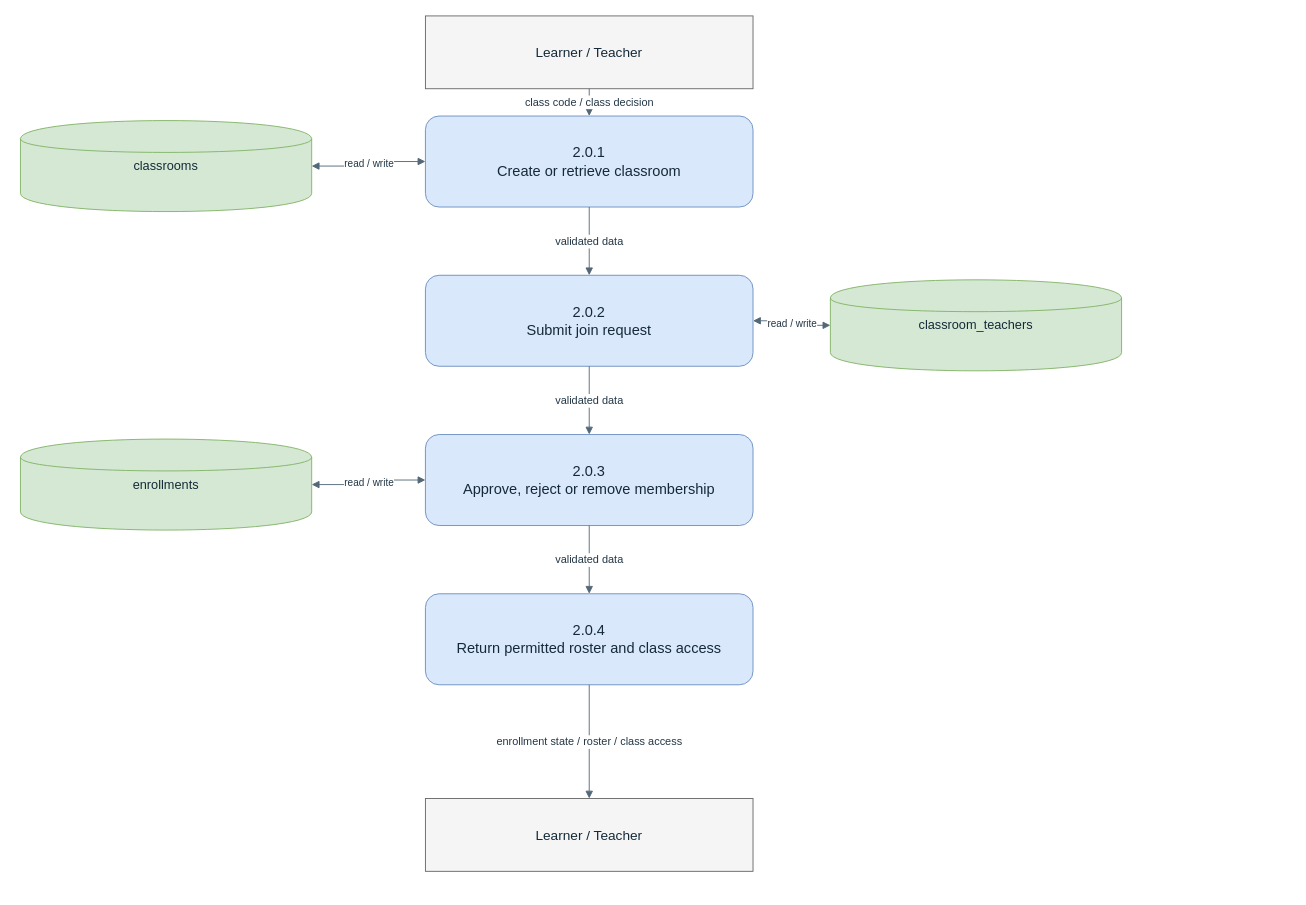
Above: docs/thesis/chapter-3/diagrams/dfd-level-2-class-enrollment.drawio in BootlegYouki/L.A.R.A (draw.io), before the change. Source tidied: cells renumbered, new cells numbered last; positions are measured from the earlier drawing's top-left corner, leaving out a move shared by most shapes. Both pictures are drawn from the tidied source at 91%, with x=0, y=0 at pixel (20, 15).
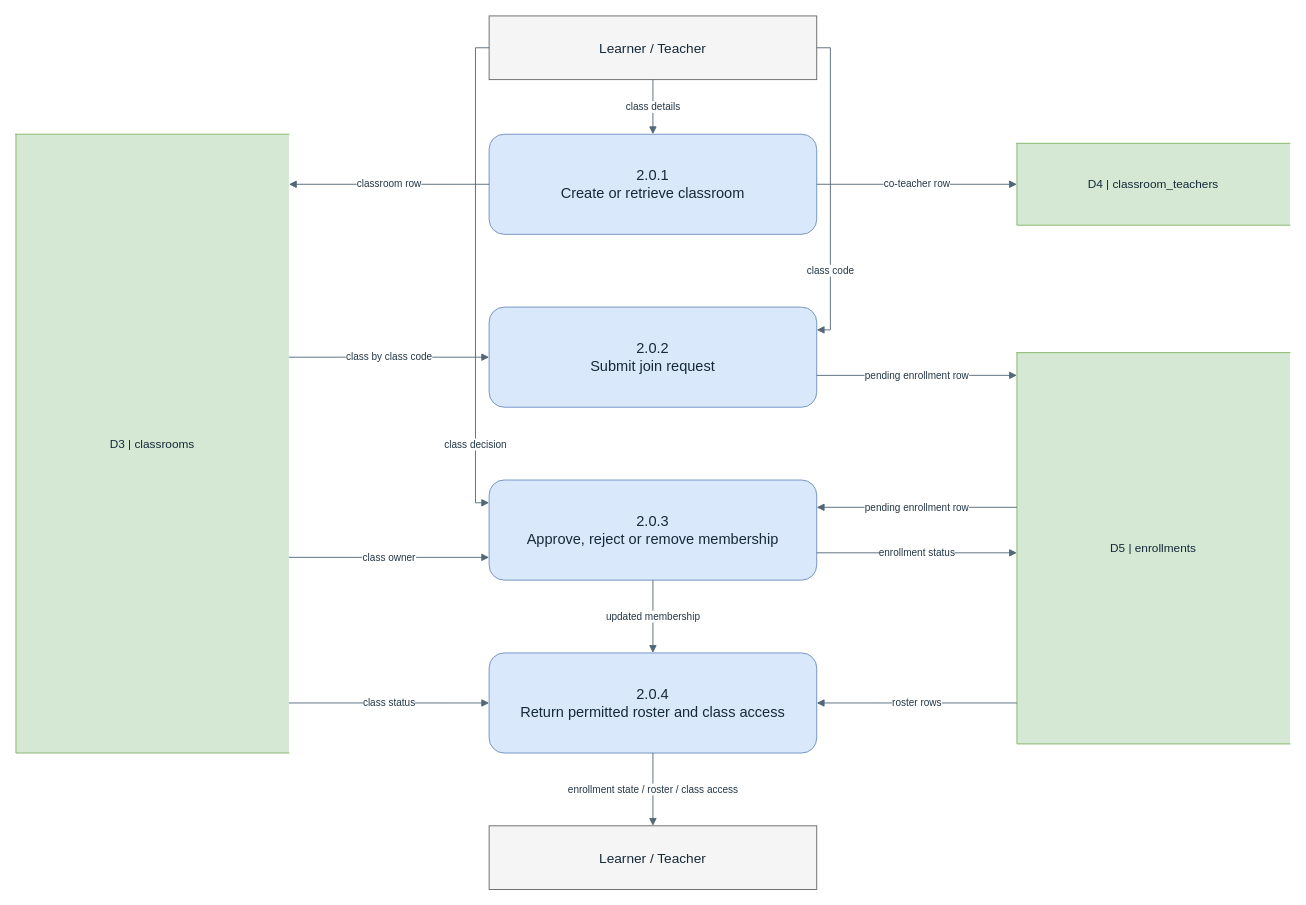
Above is the later version.

The edit, as a diff of the source:
```diff
@@
     <mxCell id="2" value="Learner / Teacher" style="rounded=0;whiteSpace=wrap;html=1;fillColor=#f5f5f5;strokeColor=#666666;fontColor=#152a38;fontSize=15;align=center;verticalAlign=middle;spacing=6;" parent="1" vertex="1">
-      <mxGeometry x="445" width="360" height="80" as="geometry" />
+      <mxGeometry x="515" width="360" height="70" as="geometry" />
     </mxCell>
-    <mxCell id="3" value="Learner / Teacher" style="rounded=0;whiteSpace=wrap;html=1;fillColor=#f5f5f5;strokeColor=#666666;fontColor=#152a38;fontSize=15;align=center;verticalAlign=middle;spacing=6;" parent="1" vertex="1">
-      <mxGeometry x="445" y="860" width="360" height="80" as="geometry" />
+    <mxCell id="3" value="2.0.1&#10;Create or retrieve classroom" style="rounded=1;whiteSpace=wrap;html=1;fillColor=#dae8fc;strokeColor=#6c8ebf;fontColor=#152a38;fontSize=16;align=center;verticalAlign=middle;spacing=6;" parent="1" vertex="1">
+      <mxGeometry x="515" y="130" width="360" height="110" as="geometry" />
     </mxCell>
-    <mxCell id="4" value="2.0.1&#10;Create or retrieve classroom" style="rounded=1;whiteSpace=wrap;html=1;fillColor=#dae8fc;strokeColor=#6c8ebf;fontColor=#152a38;fontSize=16;align=center;verticalAlign=middle;spacing=6;" parent="1" vertex="1">
-      <mxGeometry x="445" y="110" width="360" height="100" as="geometry" />
+    <mxCell id="4" value="2.0.2&#10;Submit join request" style="rounded=1;whiteSpace=wrap;html=1;fillColor=#dae8fc;strokeColor=#6c8ebf;fontColor=#152a38;fontSize=16;align=center;verticalAlign=middle;spacing=6;" parent="1" vertex="1">
+      <mxGeometry x="515" y="320" width="360" height="110" as="geometry" />
     </mxCell>
-    <mxCell id="5" value="2.0.2&#10;Submit join request" style="rounded=1;whiteSpace=wrap;html=1;fillColor=#dae8fc;strokeColor=#6c8ebf;fontColor=#152a38;fontSize=16;align=center;verticalAlign=middle;spacing=6;" parent="1" vertex="1">
-      <mxGeometry x="445" y="285" width="360" height="100" as="geometry" />
+    <mxCell id="5" value="2.0.3&#10;Approve, reject or remove membership" style="rounded=1;whiteSpace=wrap;html=1;fillColor=#dae8fc;strokeColor=#6c8ebf;fontColor=#152a38;fontSize=16;align=center;verticalAlign=middle;spacing=6;" parent="1" vertex="1">
+      <mxGeometry x="515" y="510" width="360" height="110" as="geometry" />
     </mxCell>
-    <mxCell id="6" value="2.0.3&#10;Approve, reject or remove membership" style="rounded=1;whiteSpace=wrap;html=1;fillColor=#dae8fc;strokeColor=#6c8ebf;fontColor=#152a38;fontSize=16;align=center;verticalAlign=middle;spacing=6;" parent="1" vertex="1">
-      <mxGeometry x="445" y="460" width="360" height="100" as="geometry" />
+    <mxCell id="6" value="2.0.4&#10;Return permitted roster and class access" style="rounded=1;whiteSpace=wrap;html=1;fillColor=#dae8fc;strokeColor=#6c8ebf;fontColor=#152a38;fontSize=16;align=center;verticalAlign=middle;spacing=6;" parent="1" vertex="1">
+      <mxGeometry x="515" y="700" width="360" height="110" as="geometry" />
     </mxCell>
-    <mxCell id="7" value="2.0.4&#10;Return permitted roster and class access" style="rounded=1;whiteSpace=wrap;html=1;fillColor=#dae8fc;strokeColor=#6c8ebf;fontColor=#152a38;fontSize=16;align=center;verticalAlign=middle;spacing=6;" parent="1" vertex="1">
-      <mxGeometry x="445" y="635" width="360" height="100" as="geometry" />
+    <mxCell id="7" value="Learner / Teacher" style="rounded=0;whiteSpace=wrap;html=1;fillColor=#f5f5f5;strokeColor=#666666;fontColor=#152a38;fontSize=15;align=center;verticalAlign=middle;spacing=6;" parent="1" vertex="1">
+      <mxGeometry x="515" y="890" width="360" height="70" as="geometry" />
     </mxCell>
-    <mxCell id="8" value="classrooms" style="shape=cylinder;whiteSpace=wrap;html=1;fillColor=#d5e8d4;strokeColor=#82b366;fontColor=#152a38;fontSize=14;align=center;verticalAlign=middle;spacing=6;" parent="1" vertex="1">
-      <mxGeometry y="115" width="320" height="100" as="geometry" />
+    <mxCell id="8" value="D3 | classrooms" style="shape=partialRectangle;left=1;right=0;top=1;bottom=1;whiteSpace=wrap;html=1;fillColor=#d5e8d4;strokeColor=#82b366;fontColor=#152a38;fontSize=13;align=center;verticalAlign=middle;spacing=5;" parent="1" vertex="1">
+      <mxGeometry x="-5" y="130" width="300" height="680" as="geometry" />
     </mxCell>
-    <mxCell id="9" value="classroom_teachers" style="shape=cylinder;whiteSpace=wrap;html=1;fillColor=#d5e8d4;strokeColor=#82b366;fontColor=#152a38;fontSize=14;align=center;verticalAlign=middle;spacing=6;" parent="1" vertex="1">
-      <mxGeometry x="890" y="290" width="320" height="100" as="geometry" />
+    <mxCell id="9" value="D4 | classroom_teachers" style="shape=partialRectangle;left=1;right=0;top=1;bottom=1;whiteSpace=wrap;html=1;fillColor=#d5e8d4;strokeColor=#82b366;fontColor=#152a38;fontSize=13;align=center;verticalAlign=middle;spacing=5;" parent="1" vertex="1">
+      <mxGeometry x="1095" y="140" width="300" height="90" as="geometry" />
     </mxCell>
-    <mxCell id="10" value="enrollments" style="shape=cylinder;whiteSpace=wrap;html=1;fillColor=#d5e8d4;strokeColor=#82b366;fontColor=#152a38;fontSize=14;align=center;verticalAlign=middle;spacing=6;" parent="1" vertex="1">
-      <mxGeometry y="465" width="320" height="100" as="geometry" />
+    <mxCell id="10" value="D5 | enrollments" style="shape=partialRectangle;left=1;right=0;top=1;bottom=1;whiteSpace=wrap;html=1;fillColor=#d5e8d4;strokeColor=#82b366;fontColor=#152a38;fontSize=13;align=center;verticalAlign=middle;spacing=5;" parent="1" vertex="1">
+      <mxGeometry x="1095" y="370" width="300" height="430" as="geometry" />
     </mxCell>
-    <mxCell id="11" value="class code / class decision" style="edgeStyle=orthogonalEdgeStyle;rounded=0;jettySize=auto;html=1;strokeColor=#526777;fontColor=#233746;fontSize=12;endArrow=block;endFill=1;labelBackgroundColor=#ffffff;" parent="1" edge="1" source="2" target="4">
+    <mxCell id="11" value="class details" style="rounded=0;html=1;strokeColor=#526777;fontColor=#233746;fontSize=11;endArrow=block;endFill=1;labelBackgroundColor=#ffffff;exitX=0.5;exitY=1.0;exitDx=0;exitDy=0;entryX=0.5;entryY=0.0;entryDx=0;entryDy=0;" parent="1" edge="1" source="2" target="3">
       <mxGeometry relative="1" as="geometry" />
     </mxCell>
-    <mxCell id="12" value="validated data" style="edgeStyle=orthogonalEdgeStyle;rounded=0;jettySize=auto;html=1;strokeColor=#526777;fontColor=#233746;fontSize=12;endArrow=block;endFill=1;labelBackgroundColor=#ffffff;" parent="1" edge="1" source="4" target="5">
+    <mxCell id="12" value="classroom row" style="rounded=0;html=1;strokeColor=#526777;fontColor=#233746;fontSize=11;endArrow=block;endFill=1;labelBackgroundColor=#ffffff;exitX=0.0;exitY=0.5;exitDx=0;exitDy=0;entryX=1.0;entryY=0.0809;entryDx=0;entryDy=0;" parent="1" edge="1" source="3" target="8">
       <mxGeometry relative="1" as="geometry" />
     </mxCell>
-    <mxCell id="13" value="validated data" style="edgeStyle=orthogonalEdgeStyle;rounded=0;jettySize=auto;html=1;strokeColor=#526777;fontColor=#233746;fontSize=12;endArrow=block;endFill=1;labelBackgroundColor=#ffffff;" parent="1" edge="1" source="5" target="6">
+    <mxCell id="13" value="co-teacher row" style="rounded=0;html=1;strokeColor=#526777;fontColor=#233746;fontSize=11;endArrow=block;endFill=1;labelBackgroundColor=#ffffff;exitX=1.0;exitY=0.5;exitDx=0;exitDy=0;entryX=0.0;entryY=0.5;entryDx=0;entryDy=0;" parent="1" edge="1" source="3" target="9">
       <mxGeometry relative="1" as="geometry" />
     </mxCell>
-    <mxCell id="14" value="validated data" style="edgeStyle=orthogonalEdgeStyle;rounded=0;jettySize=auto;html=1;strokeColor=#526777;fontColor=#233746;fontSize=12;endArrow=block;endFill=1;labelBackgroundColor=#ffffff;" parent="1" edge="1" source="6" target="7">
-      <mxGeometry relative="1" as="geometry" />
+    <mxCell id="14" value="class code" style="rounded=0;html=1;strokeColor=#526777;fontColor=#233746;fontSize=11;endArrow=block;endFill=1;labelBackgroundColor=#ffffff;exitX=1.0;exitY=0.5;exitDx=0;exitDy=0;entryX=1.0;entryY=0.2273;entryDx=0;entryDy=0;" parent="1" edge="1" source="2" target="4">
+      <mxGeometry x="0.53" relative="1" as="geometry">
+        <Array as="points">
+          <mxPoint x="890" y="35" />
+          <mxPoint x="890" y="345" />
+        </Array>
+      </mxGeometry>
     </mxCell>
-    <mxCell id="15" value="enrollment state / roster / class access" style="edgeStyle=orthogonalEdgeStyle;rounded=0;jettySize=auto;html=1;strokeColor=#526777;fontColor=#233746;fontSize=12;endArrow=block;endFill=1;labelBackgroundColor=#ffffff;" parent="1" edge="1" source="7" target="3">
+    <mxCell id="15" value="class by class code" style="rounded=0;html=1;strokeColor=#526777;fontColor=#233746;fontSize=11;endArrow=block;endFill=1;labelBackgroundColor=#ffffff;exitX=1.0;exitY=0.3603;exitDx=0;exitDy=0;entryX=0.0;entryY=0.5;entryDx=0;entryDy=0;" parent="1" edge="1" source="8" target="4">
       <mxGeometry relative="1" as="geometry" />
     </mxCell>
-    <mxCell id="16" value="read / write" style="edgeStyle=orthogonalEdgeStyle;rounded=0;html=1;strokeColor=#526777;fontColor=#233746;fontSize=11;startArrow=block;endArrow=block;startFill=1;endFill=1;labelBackgroundColor=#ffffff;" parent="1" edge="1" source="4" target="8">
+    <mxCell id="16" value="pending enrollment row" style="rounded=0;html=1;strokeColor=#526777;fontColor=#233746;fontSize=11;endArrow=block;endFill=1;labelBackgroundColor=#ffffff;exitX=1.0;exitY=0.6818;exitDx=0;exitDy=0;entryX=0.0;entryY=0.0581;entryDx=0;entryDy=0;" parent="1" edge="1" source="4" target="10">
       <mxGeometry relative="1" as="geometry" />
     </mxCell>
-    <mxCell id="17" value="read / write" style="edgeStyle=orthogonalEdgeStyle;rounded=0;html=1;strokeColor=#526777;fontColor=#233746;fontSize=11;startArrow=block;endArrow=block;startFill=1;endFill=1;labelBackgroundColor=#ffffff;" parent="1" edge="1" source="5" target="9">
-      <mxGeometry relative="1" as="geometry" />
+    <mxCell id="17" value="class decision" style="rounded=0;html=1;strokeColor=#526777;fontColor=#233746;fontSize=11;endArrow=block;endFill=1;labelBackgroundColor=#ffffff;exitX=0.0;exitY=0.5;exitDx=0;exitDy=0;entryX=0.0;entryY=0.2273;entryDx=0;entryDy=0;" parent="1" edge="1" source="2" target="5">
+      <mxGeometry x="0.7" relative="1" as="geometry">
+        <Array as="points">
+          <mxPoint x="500" y="35" />
+          <mxPoint x="500" y="535" />
+        </Array>
+      </mxGeometry>
     </mxCell>
-    <mxCell id="18" value="read / write" style="edgeStyle=orthogonalEdgeStyle;rounded=0;html=1;strokeColor=#526777;fontColor=#233746;fontSize=11;startArrow=block;endArrow=block;startFill=1;endFill=1;labelBackgroundColor=#ffffff;" parent="1" edge="1" source="6" target="10">
+    <mxCell id="18" value="pending enrollment row" style="rounded=0;html=1;strokeColor=#526777;fontColor=#233746;fontSize=11;endArrow=block;endFill=1;labelBackgroundColor=#ffffff;exitX=0.0;exitY=0.3953;exitDx=0;exitDy=0;entryX=1.0;entryY=0.2727;entryDx=0;entryDy=0;" parent="1" edge="1" source="10" target="5">
       <mxGeometry relative="1" as="geometry" />
     </mxCell>
+    <mxCell id="19" value="enrollment status" style="rounded=0;html=1;strokeColor=#526777;fontColor=#233746;fontSize=11;endArrow=block;endFill=1;labelBackgroundColor=#ffffff;exitX=1.0;exitY=0.7273;exitDx=0;exitDy=0;entryX=0.0;entryY=0.5116;entryDx=0;entryDy=0;" parent="1" edge="1" source="5" target="10">
+      <mxGeometry relative="1" as="geometry" />
+    </mxCell>
+    <mxCell id="20" value="class owner" style="rounded=0;html=1;strokeColor=#526777;fontColor=#233746;fontSize=11;endArrow=block;endFill=1;labelBackgroundColor=#ffffff;exitX=1.0;exitY=0.6838;exitDx=0;exitDy=0;entryX=0.0;entryY=0.7727;entryDx=0;entryDy=0;" parent="1" edge="1" source="8" target="5">
+      <mxGeometry relative="1" as="geometry" />
+    </mxCell>
+    <mxCell id="21" value="updated membership" style="rounded=0;html=1;strokeColor=#526777;fontColor=#233746;fontSize=11;endArrow=block;endFill=1;labelBackgroundColor=#ffffff;exitX=0.5;exitY=1.0;exitDx=0;exitDy=0;entryX=0.5;entryY=0.0;entryDx=0;entryDy=0;" parent="1" edge="1" source="5" target="6">
+      <mxGeometry relative="1" as="geometry" />
+    </mxCell>
+    <mxCell id="22" value="roster rows" style="rounded=0;html=1;strokeColor=#526777;fontColor=#233746;fontSize=11;endArrow=block;endFill=1;labelBackgroundColor=#ffffff;exitX=0.0;exitY=0.8953;exitDx=0;exitDy=0;entryX=1.0;entryY=0.5;entryDx=0;entryDy=0;" parent="1" edge="1" source="10" target="6">
+      <mxGeometry relative="1" as="geometry" />
+    </mxCell>
+    <mxCell id="23" value="class status" style="rounded=0;html=1;strokeColor=#526777;fontColor=#233746;fontSize=11;endArrow=block;endFill=1;labelBackgroundColor=#ffffff;exitX=1.0;exitY=0.9191;exitDx=0;exitDy=0;entryX=0.0;entryY=0.5;entryDx=0;entryDy=0;" parent="1" edge="1" source="8" target="6">
+      <mxGeometry relative="1" as="geometry" />
+    </mxCell>
+    <mxCell id="24" value="enrollment state / roster / class access" style="rounded=0;html=1;strokeColor=#526777;fontColor=#233746;fontSize=11;endArrow=block;endFill=1;labelBackgroundColor=#ffffff;exitX=0.5;exitY=1.0;exitDx=0;exitDy=0;entryX=0.5;entryY=0.0;entryDx=0;entryDy=0;" parent="1" edge="1" source="6" target="7">
+      <mxGeometry relative="1" as="geometry" />
+    </mxCell>
```
